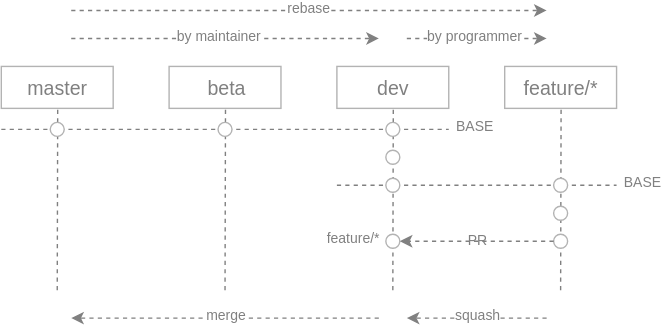
Before: gitflow-v2.0.0.svg, a diagram exported from draw.io (ajile/draw-io). Source tidied: cells renumbered, new cells last; positions are measured from the earlier drawing's top-left corner, leaving out a move shared by most shapes.
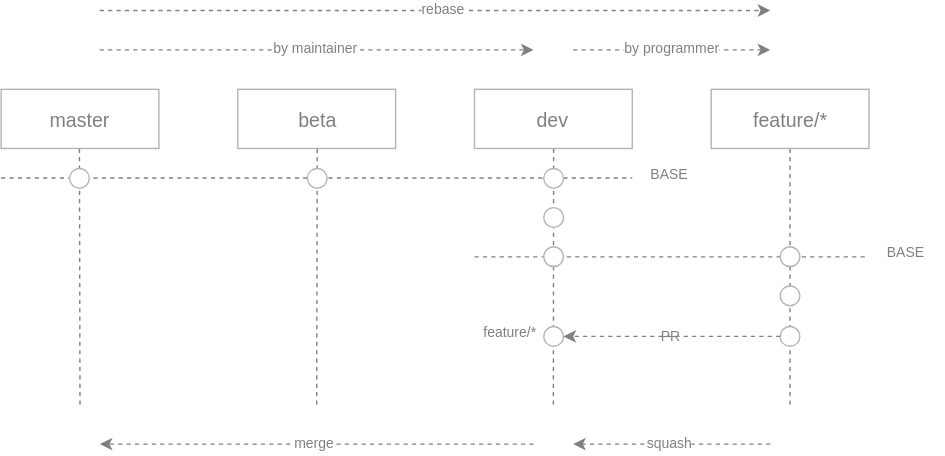
Above is the later version.

Diff of the diagram source:
```diff
@@ -2,84 +2,87 @@
   <root>
     <mxCell id="0" />
     <mxCell id="1" parent="0" />
+    <mxCell id="36" style="group;" parent="1" vertex="1">
+      <mxGeometry width="674" height="310" as="geometry" />
+    </mxCell>
-    <mxCell id="2" style="endArrow=none;html=1;dashed=1;fontSize=14;fontColor=#808080;endFill=0;strokeColor=#808080;" parent="1" edge="1">
+    <mxCell id="2" style="endArrow=none;html=1;dashed=1;fontSize=14;fontColor=#808080;endFill=0;strokeColor=#808080;" parent="36" edge="1">
       <mxGeometry relative="1" as="geometry">
-        <mxPoint x="240" y="125" as="sourcePoint" />
-        <mxPoint x="440" y="125" as="targetPoint" />
+        <mxPoint x="338.4" y="176.1" as="sourcePoint" />
+        <mxPoint x="620.4" y="176.1" as="targetPoint" />
       </mxGeometry>
     </mxCell>
-    <mxCell id="3" style="endArrow=none;html=1;dashed=1;fontSize=14;fontColor=#808080;endFill=0;strokeColor=#808080;" parent="1" edge="1">
+    <mxCell id="3" style="endArrow=none;html=1;dashed=1;fontSize=14;fontColor=#808080;endFill=0;strokeColor=#808080;" parent="36" edge="1">
       <mxGeometry relative="1" as="geometry">
-        <mxPoint y="85" as="sourcePoint" />
-        <mxPoint x="320" y="85" as="targetPoint" />
+        <mxPoint y="119.8" as="sourcePoint" />
+        <mxPoint x="451.2" y="119.8" as="targetPoint" />
       </mxGeometry>
     </mxCell>
-    <mxCell id="4" value="master" style="whiteSpace=wrap;html=1;fillColor=#FFFFFF;fontSize=14;fontColor=#808080;align=center;strokeColor=#B3B3B3;" parent="1" vertex="1">
-      <mxGeometry y="40" width="80" height="30" as="geometry" />
+    <mxCell id="4" value="master" style="whiteSpace=wrap;html=1;fillColor=#FFFFFF;fontSize=14;fontColor=#808080;align=center;strokeColor=#B3B3B3;" parent="36" vertex="1">
+      <mxGeometry y="56.4" width="112.8" height="42.3" as="geometry" />
     </mxCell>
-    <mxCell id="5" style="endArrow=none;html=1;dashed=1;fontSize=14;fontColor=#808080;entryX=0.5;entryY=1;endFill=0;strokeColor=#808080;" parent="1" edge="1" target="4">
+    <mxCell id="5" style="endArrow=none;html=1;dashed=1;fontSize=14;fontColor=#808080;entryX=0.5;entryY=1;endFill=0;strokeColor=#808080;" parent="36" edge="1" target="4">
       <mxGeometry relative="1" as="geometry">
-        <mxPoint x="40" y="200" as="sourcePoint" />
+        <mxPoint x="56.4" y="281.8" as="sourcePoint" />
       </mxGeometry>
     </mxCell>
-    <mxCell id="6" value="beta" style="whiteSpace=wrap;html=1;fillColor=#FFFFFF;fontSize=14;fontColor=#808080;align=center;strokeColor=#B3B3B3;" parent="1" vertex="1">
-      <mxGeometry x="120" y="40" width="80" height="30" as="geometry" />
+    <mxCell id="6" value="beta" style="whiteSpace=wrap;html=1;fillColor=#FFFFFF;fontSize=14;fontColor=#808080;align=center;strokeColor=#B3B3B3;" parent="36" vertex="1">
+      <mxGeometry x="169.2" y="56.4" width="112.8" height="42.3" as="geometry" />
     </mxCell>
-    <mxCell id="7" style="endArrow=none;html=1;dashed=1;fontSize=14;fontColor=#808080;entryX=0.5;entryY=1;endFill=0;strokeColor=#808080;" parent="1" edge="1" target="6">
+    <mxCell id="7" style="endArrow=none;html=1;dashed=1;fontSize=14;fontColor=#808080;entryX=0.5;entryY=1;endFill=0;strokeColor=#808080;" parent="36" edge="1" target="6">
       <mxGeometry relative="1" as="geometry">
-        <mxPoint x="160" y="200" as="sourcePoint" />
+        <mxPoint x="225.6" y="281.8" as="sourcePoint" />
       </mxGeometry>
     </mxCell>
-    <mxCell id="8" value="dev" style="whiteSpace=wrap;html=1;fillColor=#FFFFFF;fontSize=14;fontColor=#808080;align=center;strokeColor=#B3B3B3;" parent="1" vertex="1">
-      <mxGeometry x="240" y="40" width="80" height="30" as="geometry" />
+    <mxCell id="8" value="dev" style="whiteSpace=wrap;html=1;fillColor=#FFFFFF;fontSize=14;fontColor=#808080;align=center;strokeColor=#B3B3B3;" parent="36" vertex="1">
+      <mxGeometry x="338.4" y="56.4" width="112.8" height="42.3" as="geometry" />
     </mxCell>
-    <mxCell id="9" style="endArrow=none;html=1;dashed=1;fontSize=14;fontColor=#808080;entryX=0.5;entryY=1;endFill=0;strokeColor=#808080;" parent="1" edge="1" target="8">
+    <mxCell id="9" style="endArrow=none;html=1;dashed=1;fontSize=14;fontColor=#808080;entryX=0.5;entryY=1;endFill=0;strokeColor=#808080;" parent="36" edge="1" target="8">
       <mxGeometry relative="1" as="geometry">
-        <mxPoint x="280" y="200" as="sourcePoint" />
+        <mxPoint x="394.8" y="281.8" as="sourcePoint" />
       </mxGeometry>
     </mxCell>
-    <mxCell id="10" value="feature/*" style="whiteSpace=wrap;html=1;fillColor=#FFFFFF;fontSize=14;fontColor=#808080;align=center;strokeColor=#B3B3B3;" parent="1" vertex="1">
-      <mxGeometry x="360" y="40" width="80" height="30" as="geometry" />
+    <mxCell id="10" value="feature/*" style="whiteSpace=wrap;html=1;fillColor=#FFFFFF;fontSize=14;fontColor=#808080;align=center;strokeColor=#B3B3B3;" parent="36" vertex="1">
+      <mxGeometry x="507.6" y="56.4" width="112.8" height="42.3" as="geometry" />
     </mxCell>
-    <mxCell id="11" style="endArrow=none;html=1;dashed=1;fontSize=14;fontColor=#808080;entryX=0.5;entryY=1;endFill=0;strokeColor=#808080;" parent="1" edge="1" target="10">
+    <mxCell id="11" style="endArrow=none;html=1;dashed=1;fontSize=14;fontColor=#808080;entryX=0.5;entryY=1;endFill=0;strokeColor=#808080;" parent="36" edge="1" target="10">
       <mxGeometry relative="1" as="geometry">
-        <mxPoint x="400" y="200" as="sourcePoint" />
+        <mxPoint x="564" y="281.8" as="sourcePoint" />
       </mxGeometry>
     </mxCell>
-    <mxCell id="12" style="ellipse;whiteSpace=wrap;html=1;strokeColor=#B3B3B3;fillColor=#FFFFFF;fontSize=14;fontColor=#808080;align=center;" parent="1" vertex="1">
-      <mxGeometry x="35" y="80" width="10" height="10" as="geometry" />
+    <mxCell id="12" style="ellipse;whiteSpace=wrap;html=1;strokeColor=#B3B3B3;fillColor=#FFFFFF;fontSize=14;fontColor=#808080;align=center;" parent="36" vertex="1">
+      <mxGeometry x="49.4" y="112.7" width="14.1" height="14.1" as="geometry" />
     </mxCell>
-    <mxCell id="13" style="ellipse;whiteSpace=wrap;html=1;strokeColor=#B3B3B3;fillColor=#FFFFFF;fontSize=14;fontColor=#808080;align=center;" parent="1" vertex="1">
-      <mxGeometry x="155" y="80" width="10" height="10" as="geometry" />
+    <mxCell id="13" style="ellipse;whiteSpace=wrap;html=1;strokeColor=#B3B3B3;fillColor=#FFFFFF;fontSize=14;fontColor=#808080;align=center;" parent="36" vertex="1">
+      <mxGeometry x="218.6" y="112.7" width="14.1" height="14.1" as="geometry" />
     </mxCell>
-    <mxCell id="14" style="ellipse;whiteSpace=wrap;html=1;strokeColor=#B3B3B3;fillColor=#FFFFFF;fontSize=14;fontColor=#808080;align=center;" parent="1" vertex="1">
-      <mxGeometry x="275" y="80" width="10" height="10" as="geometry" />
+    <mxCell id="14" style="ellipse;whiteSpace=wrap;html=1;strokeColor=#B3B3B3;fillColor=#FFFFFF;fontSize=14;fontColor=#808080;align=center;" parent="36" vertex="1">
+      <mxGeometry x="387.8" y="112.7" width="14.1" height="14.1" as="geometry" />
     </mxCell>
-    <mxCell id="15" style="ellipse;whiteSpace=wrap;html=1;strokeColor=#B3B3B3;fillColor=#FFFFFF;fontSize=14;fontColor=#808080;align=center;" parent="1" vertex="1">
-      <mxGeometry x="275" y="100" width="10" height="10" as="geometry" />
+    <mxCell id="15" style="ellipse;whiteSpace=wrap;html=1;strokeColor=#B3B3B3;fillColor=#FFFFFF;fontSize=14;fontColor=#808080;align=center;" parent="36" vertex="1">
+      <mxGeometry x="387.8" y="140.9" width="14.1" height="14.1" as="geometry" />
     </mxCell>
-    <mxCell id="16" style="ellipse;whiteSpace=wrap;html=1;strokeColor=#B3B3B3;fillColor=#FFFFFF;fontSize=14;fontColor=#808080;align=center;" parent="1" vertex="1">
-      <mxGeometry x="275" y="120" width="10" height="10" as="geometry" />
+    <mxCell id="16" style="ellipse;whiteSpace=wrap;html=1;strokeColor=#B3B3B3;fillColor=#FFFFFF;fontSize=14;fontColor=#808080;align=center;" parent="36" vertex="1">
+      <mxGeometry x="387.8" y="169.1" width="14.1" height="14.1" as="geometry" />
     </mxCell>
-    <mxCell id="17" style="ellipse;whiteSpace=wrap;html=1;strokeColor=#B3B3B3;fillColor=#FFFFFF;fontSize=14;fontColor=#808080;align=center;" parent="1" vertex="1">
-      <mxGeometry x="395" y="120" width="10" height="10" as="geometry" />
+    <mxCell id="17" style="ellipse;whiteSpace=wrap;html=1;strokeColor=#B3B3B3;fillColor=#FFFFFF;fontSize=14;fontColor=#808080;align=center;" parent="36" vertex="1">
+      <mxGeometry x="557" y="169.1" width="14.1" height="14.1" as="geometry" />
     </mxCell>
-    <mxCell id="18" style="ellipse;whiteSpace=wrap;html=1;strokeColor=#B3B3B3;fillColor=#FFFFFF;fontSize=14;fontColor=#808080;align=center;" parent="1" vertex="1">
-      <mxGeometry x="395" y="140" width="10" height="10" as="geometry" />
+    <mxCell id="18" style="ellipse;whiteSpace=wrap;html=1;strokeColor=#B3B3B3;fillColor=#FFFFFF;fontSize=14;fontColor=#808080;align=center;" parent="36" vertex="1">
+      <mxGeometry x="557" y="197.3" width="14.1" height="14.1" as="geometry" />
     </mxCell>
-    <mxCell id="19" style="ellipse;whiteSpace=wrap;html=1;strokeColor=#B3B3B3;fillColor=#FFFFFF;fontSize=14;fontColor=#808080;align=center;" parent="1" vertex="1">
-      <mxGeometry x="395" y="160" width="10" height="10" as="geometry" />
+    <mxCell id="19" style="ellipse;whiteSpace=wrap;html=1;strokeColor=#B3B3B3;fillColor=#FFFFFF;fontSize=14;fontColor=#808080;align=center;" parent="36" vertex="1">
+      <mxGeometry x="557" y="225.5" width="14.1" height="14.1" as="geometry" />
     </mxCell>
-    <mxCell id="20" value="BASE" style="text;html=1;strokeColor=none;fillColor=none;align=center;verticalAlign=middle;whiteSpace=wrap;fontSize=10;fontColor=#808080;" parent="1" vertex="1">
-      <mxGeometry x="318" y="73" width="40" height="20" as="geometry" />
+    <mxCell id="20" value="BASE" style="text;html=1;strokeColor=none;fillColor=none;align=center;verticalAlign=middle;whiteSpace=wrap;fontSize=10;fontColor=#808080;" parent="36" vertex="1">
+      <mxGeometry x="448.4" y="102.9" width="56.4" height="28.2" as="geometry" />
     </mxCell>
-    <mxCell id="21" value="BASE" style="text;html=1;strokeColor=none;fillColor=none;align=center;verticalAlign=middle;whiteSpace=wrap;fontSize=10;fontColor=#808080;" parent="1" vertex="1">
-      <mxGeometry x="438" y="113" width="40" height="20" as="geometry" />
+    <mxCell id="21" value="BASE" style="text;html=1;strokeColor=none;fillColor=none;align=center;verticalAlign=middle;whiteSpace=wrap;fontSize=10;fontColor=#808080;" parent="36" vertex="1">
+      <mxGeometry x="617.6" y="159.2" width="56.4" height="28.2" as="geometry" />
     </mxCell>
-    <mxCell id="22" style="ellipse;whiteSpace=wrap;html=1;strokeColor=#B3B3B3;fillColor=#FFFFFF;fontSize=14;fontColor=#808080;align=center;" parent="1" vertex="1">
-      <mxGeometry x="275" y="160" width="10" height="10" as="geometry" />
+    <mxCell id="22" style="ellipse;whiteSpace=wrap;html=1;strokeColor=#B3B3B3;fillColor=#FFFFFF;fontSize=14;fontColor=#808080;align=center;" parent="36" vertex="1">
+      <mxGeometry x="387.8" y="225.5" width="14.1" height="14.1" as="geometry" />
     </mxCell>
-    <mxCell id="23" style="endArrow=classic;html=1;dashed=1;strokeColor=#808080;fontSize=10;fontColor=#808080;entryX=1;entryY=0.5;exitX=0;exitY=0.5;" parent="1" edge="1" source="19" target="22">
+    <mxCell id="23" style="endArrow=classic;html=1;dashed=1;strokeColor=#808080;fontSize=10;fontColor=#808080;entryX=1;entryY=0.5;exitX=0;exitY=0.5;" parent="36" edge="1" source="19" target="22">
       <mxGeometry relative="1" as="geometry" />
     </mxCell>
     <mxCell id="24" value="PR" style="text;html=1;align=center;verticalAlign=middle;labelBackgroundColor=none;fontSize=10;fontColor=#808080;" parent="23" vertex="1">
@@ -87,13 +90,13 @@
         <mxPoint x="5" y="-2" as="offset" />
       </mxGeometry>
     </mxCell>
-    <mxCell id="25" value="&lt;div style=&quot;text-align: right&quot;&gt;&lt;span&gt;feature/*&lt;/span&gt;&lt;/div&gt;" style="text;html=1;strokeColor=none;fillColor=none;align=right;verticalAlign=middle;whiteSpace=wrap;fontSize=10;fontColor=#808080;" parent="1" vertex="1">
-      <mxGeometry x="217" y="153" width="55" height="20" as="geometry" />
+    <mxCell id="25" value="&lt;div style=&quot;text-align: right&quot;&gt;&lt;span&gt;feature/*&lt;/span&gt;&lt;/div&gt;" style="text;html=1;strokeColor=none;fillColor=none;align=right;verticalAlign=middle;whiteSpace=wrap;fontSize=10;fontColor=#808080;" parent="36" vertex="1">
+      <mxGeometry x="306" y="215.6" width="77.6" height="28.2" as="geometry" />
     </mxCell>
-    <mxCell id="26" style="endArrow=classic;html=1;dashed=1;strokeColor=#808080;fontSize=10;fontColor=#808080;" parent="1" edge="1">
+    <mxCell id="26" style="endArrow=classic;html=1;dashed=1;strokeColor=#808080;fontSize=10;fontColor=#808080;" parent="36" edge="1">
       <mxGeometry relative="1" as="geometry">
-        <mxPoint x="390" y="220" as="sourcePoint" />
-        <mxPoint x="290" y="220" as="targetPoint" />
+        <mxPoint x="549.9" y="310" as="sourcePoint" />
+        <mxPoint x="408.9" y="310" as="targetPoint" />
       </mxGeometry>
     </mxCell>
     <mxCell id="27" value="squash" style="text;html=1;align=center;verticalAlign=middle;labelBackgroundColor=#ffffff;fontSize=10;fontColor=#808080;" parent="26" vertex="1">
@@ -101,10 +104,10 @@
         <mxPoint x="4" y="-2" as="offset" />
       </mxGeometry>
     </mxCell>
-    <mxCell id="28" style="endArrow=classic;html=1;dashed=1;strokeColor=#808080;fontSize=10;fontColor=#808080;" parent="1" edge="1">
+    <mxCell id="28" style="endArrow=classic;html=1;dashed=1;strokeColor=#808080;fontSize=10;fontColor=#808080;" parent="36" edge="1">
       <mxGeometry relative="1" as="geometry">
-        <mxPoint x="270" y="220" as="sourcePoint" />
-        <mxPoint x="50" y="220" as="targetPoint" />
+        <mxPoint x="380.7" y="310" as="sourcePoint" />
+        <mxPoint x="70.5" y="310" as="targetPoint" />
       </mxGeometry>
     </mxCell>
     <mxCell id="29" value="merge" style="text;html=1;align=center;verticalAlign=middle;labelBackgroundColor=#ffffff;fontSize=10;fontColor=#808080;" parent="28" vertex="1">
@@ -112,10 +115,10 @@
         <mxPoint x="9" y="-2" as="offset" />
       </mxGeometry>
     </mxCell>
-    <mxCell id="30" style="endArrow=classic;html=1;dashed=1;strokeColor=#808080;fontSize=10;fontColor=#808080;" parent="1" edge="1">
+    <mxCell id="30" style="endArrow=classic;html=1;dashed=1;strokeColor=#808080;fontSize=10;fontColor=#808080;" parent="36" edge="1">
       <mxGeometry relative="1" as="geometry">
-        <mxPoint x="50" as="sourcePoint" />
-        <mxPoint x="390" as="targetPoint" />
+        <mxPoint x="70.5" as="sourcePoint" />
+        <mxPoint x="549.9" as="targetPoint" />
       </mxGeometry>
     </mxCell>
     <mxCell id="31" value="rebase" style="text;html=1;align=center;verticalAlign=middle;labelBackgroundColor=#ffffff;fontSize=10;fontColor=#808080;" parent="30" vertex="1">
@@ -123,10 +126,10 @@
         <mxPoint x="-12" y="-2" as="offset" />
       </mxGeometry>
     </mxCell>
-    <mxCell id="32" style="endArrow=classic;html=1;dashed=1;strokeColor=#808080;fontSize=10;fontColor=#808080;" parent="1" edge="1">
+    <mxCell id="32" style="endArrow=classic;html=1;dashed=1;strokeColor=#808080;fontSize=10;fontColor=#808080;" parent="36" edge="1">
       <mxGeometry relative="1" as="geometry">
-        <mxPoint x="50" y="20" as="sourcePoint" />
-        <mxPoint x="270" y="20" as="targetPoint" />
+        <mxPoint x="70.5" y="28.2" as="sourcePoint" />
+        <mxPoint x="380.7" y="28.2" as="targetPoint" />
       </mxGeometry>
     </mxCell>
     <mxCell id="33" value="by maintainer" style="text;html=1;align=center;verticalAlign=middle;labelBackgroundColor=#ffffff;fontSize=10;fontColor=#808080;" parent="32" vertex="1">
@@ -134,10 +137,10 @@
         <mxPoint x="-12" y="-2" as="offset" />
       </mxGeometry>
     </mxCell>
-    <mxCell id="34" style="endArrow=classic;html=1;dashed=1;strokeColor=#808080;fontSize=10;fontColor=#808080;" parent="1" edge="1">
+    <mxCell id="34" style="endArrow=classic;html=1;dashed=1;strokeColor=#808080;fontSize=10;fontColor=#808080;" parent="36" edge="1">
       <mxGeometry relative="1" as="geometry">
-        <mxPoint x="290" y="20" as="sourcePoint" />
-        <mxPoint x="390" y="20" as="targetPoint" />
+        <mxPoint x="408.9" y="28.2" as="sourcePoint" />
+        <mxPoint x="549.9" y="28.2" as="targetPoint" />
       </mxGeometry>
     </mxCell>
     <mxCell id="35" value="by programmer" style="text;html=1;align=center;verticalAlign=middle;labelBackgroundColor=#ffffff;fontSize=10;fontColor=#808080;" parent="34" vertex="1">
```
